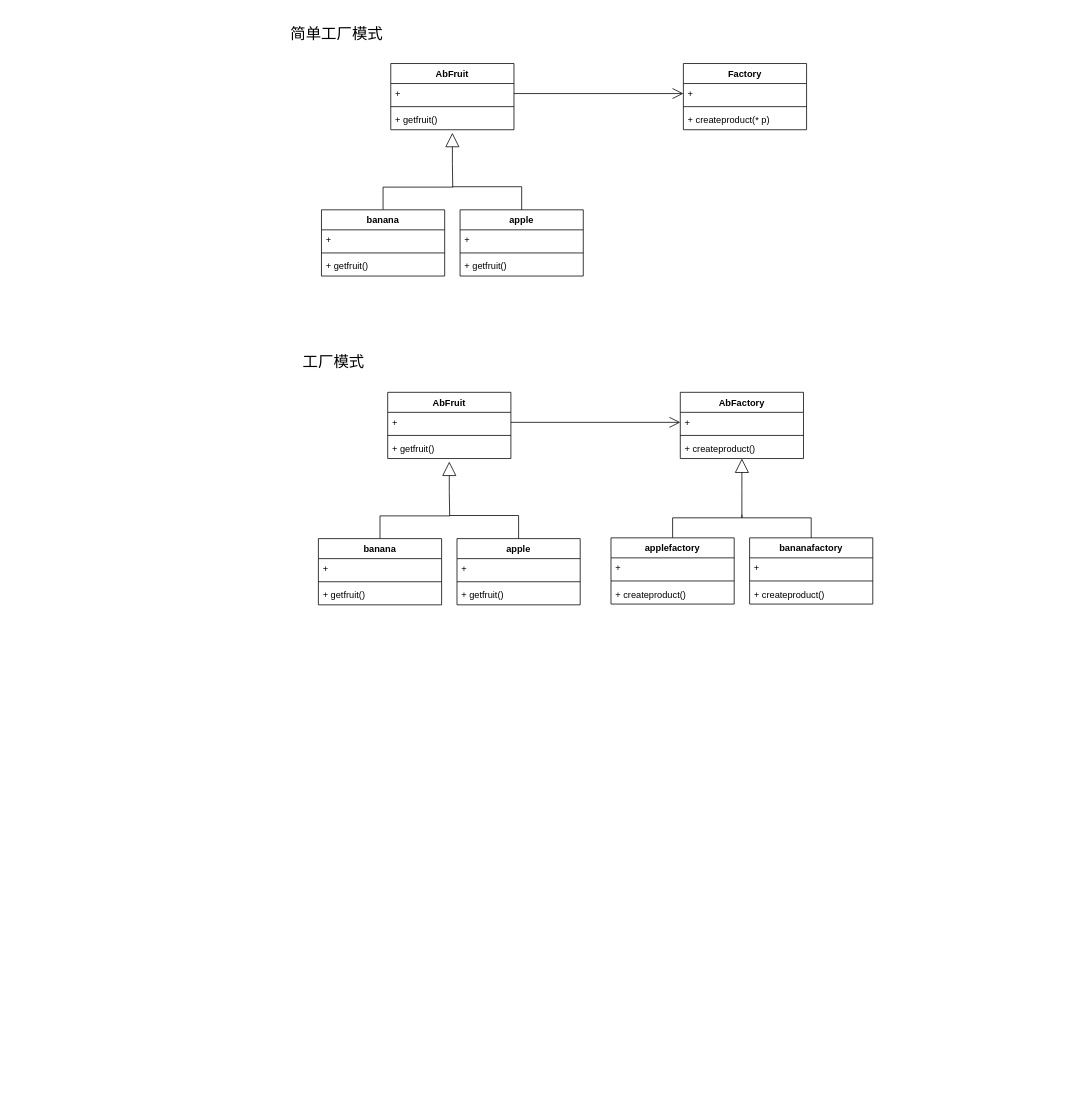
Above: DesignPattern.drawio in apeishuai/Study-Reference (draw.io), before the change. Source tidied: cells renumbered, new cells numbered last; positions are measured from the earlier drawing's top-left corner, leaving out a move shared by most shapes. Both pictures are drawn from the tidied source at 77%, with x=0, y=0 at pixel (280, 17).
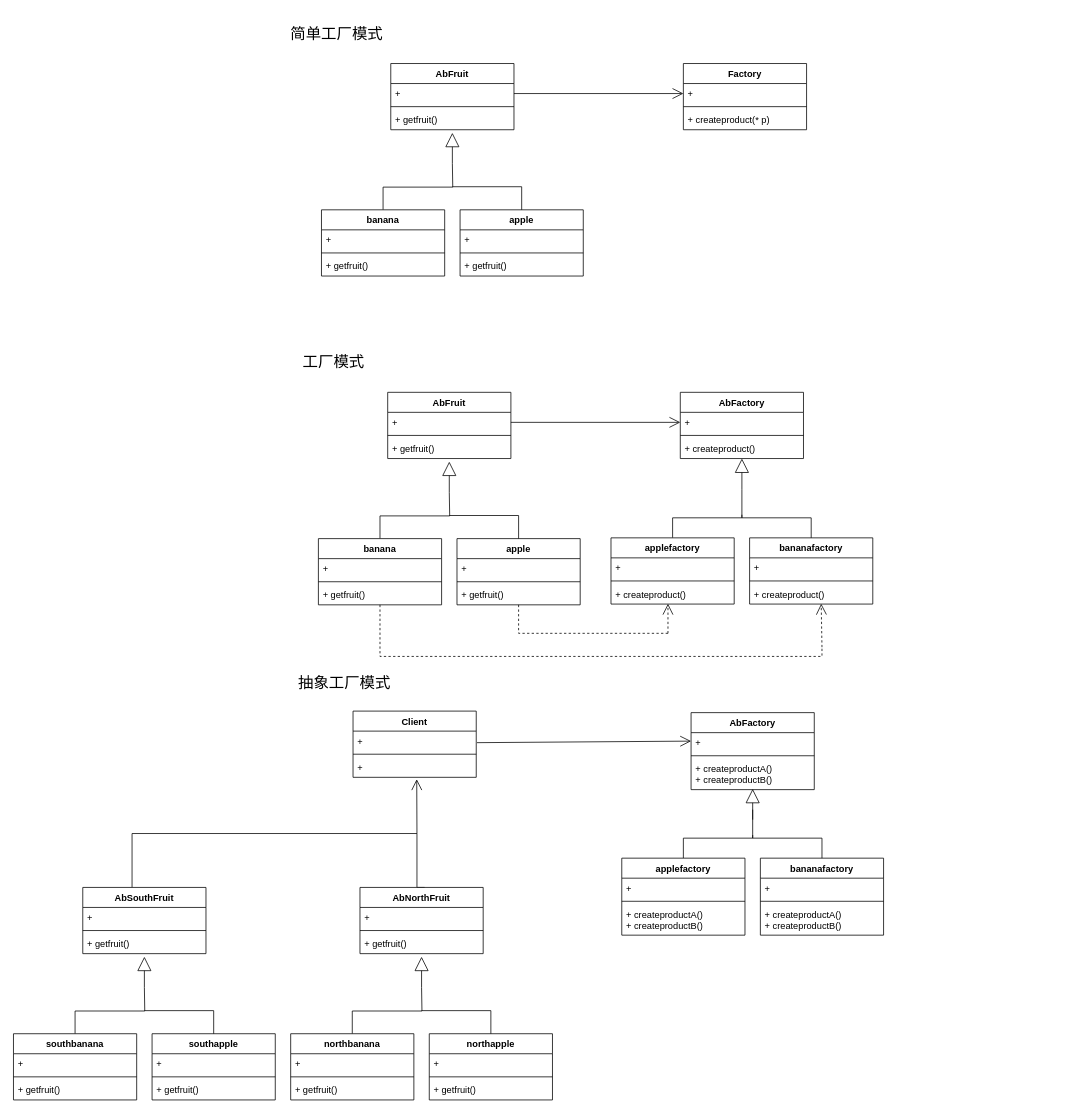
After the change.

Unchanged cells that the change refers to:
```xml
<mxCell id="35" value="banana" style="swimlane;fontStyle=1;align=center;verticalAlign=top;horizontal=1;startSize=26;strokeColor=default;" parent="1" vertex="1">
  <mxGeometry x="50" y="677" width="160" height="86" as="geometry" />
</mxCell>
<mxCell id="39" value="apple" style="swimlane;fontStyle=1;align=center;verticalAlign=top;horizontal=1;startSize=26;strokeColor=default;" parent="1" vertex="1">
  <mxGeometry x="230" y="677" width="160" height="86" as="geometry" />
</mxCell>
```

The edit, as a diff of the source:
```diff
@@
+    <mxCell id="58" style="edgeStyle=orthogonalEdgeStyle;rounded=0;jettySize=auto;html=1;exitX=0.5;exitY=1;exitDx=0;exitDy=0;fontSize=20;endArrow=none;endFill=0;dashed=1;" parent="1" edge="1" source="35">
+      <mxGeometry relative="1" as="geometry">
+        <mxPoint x="704" y="820" as="targetPoint" />
+        <Array as="points">
+          <mxPoint x="130" y="830" />
+          <mxPoint x="704" y="830" />
+        </Array>
+      </mxGeometry>
+    </mxCell>
@@
+    <mxCell id="59" style="edgeStyle=orthogonalEdgeStyle;rounded=0;jettySize=auto;html=1;exitX=0.5;exitY=1;exitDx=0;exitDy=0;fontSize=20;endArrow=none;endFill=0;dashed=1;" parent="1" edge="1" source="39">
+      <mxGeometry relative="1" as="geometry">
+        <mxPoint x="504" y="800" as="targetPoint" />
+        <Array as="points">
+          <mxPoint x="310" y="800" />
+          <mxPoint x="504" y="800" />
+        </Array>
+      </mxGeometry>
+    </mxCell>
@@
+    <mxCell id="60" style="edgeStyle=orthogonalEdgeStyle;rounded=0;orthogonalLoop=1;jettySize=auto;html=1;exitX=0.5;exitY=0;exitDx=0;exitDy=0;fontSize=12;endArrow=none;endFill=0;" parent="1" edge="1">
+      <mxGeometry relative="1" as="geometry">
+        <mxPoint x="188" y="1130" as="sourcePoint" />
+        <mxPoint x="178" y="1060" as="targetPoint" />
+        <Array as="points">
+          <mxPoint x="178" y="1130" />
+        </Array>
+      </mxGeometry>
+    </mxCell>
+    <mxCell id="61" value="AbNorthFruit" style="swimlane;fontStyle=1;align=center;verticalAlign=top;horizontal=1;startSize=26;strokeColor=default;" parent="1" vertex="1">
+      <mxGeometry x="104" y="1130" width="160" height="86" as="geometry" />
+    </mxCell>
+    <mxCell id="62" value="+" style="text;strokeColor=none;fillColor=none;align=left;verticalAlign=top;spacingLeft=4;spacingRight=4;overflow=hidden;" parent="61" vertex="1">
+      <mxGeometry y="26" width="160" height="26" as="geometry" />
+    </mxCell>
+    <mxCell id="63" style="line;strokeWidth=1;fillColor=none;align=left;verticalAlign=middle;spacingTop=-1;spacingLeft=3;spacingRight=3;labelPosition=right;" parent="61" vertex="1">
+      <mxGeometry y="52" width="160" height="8" as="geometry" />
+    </mxCell>
+    <mxCell id="64" value="+ getfruit()" style="text;strokeColor=none;fillColor=none;align=left;verticalAlign=top;spacingLeft=4;spacingRight=4;overflow=hidden;" parent="61" vertex="1">
+      <mxGeometry y="60" width="160" height="26" as="geometry" />
+    </mxCell>
+    <mxCell id="65" value="&amp;nbsp;" style="endArrow=block;endSize=16;endFill=0;html=1;rounded=0;" parent="61" edge="1">
+      <mxGeometry x="1" y="-221" relative="1" as="geometry">
+        <mxPoint x="80" y="130" as="sourcePoint" />
+        <mxPoint x="80" y="90" as="targetPoint" />
+        <mxPoint x="181" y="-149" as="offset" />
+      </mxGeometry>
+    </mxCell>
+    <mxCell id="66" value="AbFactory" style="swimlane;fontStyle=1;align=center;verticalAlign=top;horizontal=1;startSize=26;strokeColor=default;" parent="1" vertex="1">
+      <mxGeometry x="534" y="903" width="160" height="100" as="geometry" />
+    </mxCell>
+    <mxCell id="67" value="+" style="text;strokeColor=none;fillColor=none;align=left;verticalAlign=top;spacingLeft=4;spacingRight=4;overflow=hidden;points=[[0,0.5],[1,0.5]];portConstraint=eastwest;" parent="66" vertex="1">
+      <mxGeometry y="26" width="160" height="26" as="geometry" />
+    </mxCell>
+    <mxCell id="68" style="line;strokeWidth=1;fillColor=none;align=left;verticalAlign=middle;spacingTop=-1;spacingLeft=3;spacingRight=3;labelPosition=right;" parent="66" vertex="1">
+      <mxGeometry y="52" width="160" height="8" as="geometry" />
+    </mxCell>
+    <mxCell id="69" value="+ createproductA()&#10;+ createproductB()" style="text;strokeColor=none;fillColor=none;align=left;verticalAlign=top;spacingLeft=4;spacingRight=4;overflow=hidden;" parent="66" vertex="1">
+      <mxGeometry y="60" width="160" height="40" as="geometry" />
+    </mxCell>
+    <mxCell id="70" style="edgeStyle=orthogonalEdgeStyle;rounded=0;jettySize=auto;html=1;exitX=0.5;exitY=0;exitDx=0;exitDy=0;strokeColor=none;" parent="1" edge="1" source="72">
+      <mxGeometry relative="1" as="geometry">
+        <mxPoint x="184" y="1260" as="targetPoint" />
+      </mxGeometry>
+    </mxCell>
+    <mxCell id="71" style="edgeStyle=orthogonalEdgeStyle;jettySize=auto;html=1;exitX=0.5;exitY=0;exitDx=0;exitDy=0;rounded=0;endArrow=none;endFill=0;" parent="1" edge="1" source="72">
+      <mxGeometry relative="1" as="geometry">
+        <mxPoint x="184" y="1260" as="targetPoint" />
+      </mxGeometry>
+    </mxCell>
+    <mxCell id="72" value="northbanana" style="swimlane;fontStyle=1;align=center;verticalAlign=top;horizontal=1;startSize=26;strokeColor=default;" parent="1" vertex="1">
+      <mxGeometry x="14" y="1320" width="160" height="86" as="geometry" />
+    </mxCell>
+    <mxCell id="73" value="+" style="text;strokeColor=none;fillColor=none;align=left;verticalAlign=top;spacingLeft=4;spacingRight=4;overflow=hidden;" parent="72" vertex="1">
+      <mxGeometry y="26" width="160" height="26" as="geometry" />
+    </mxCell>
+    <mxCell id="74" style="line;strokeWidth=1;fillColor=none;align=left;verticalAlign=middle;spacingTop=-1;spacingLeft=3;spacingRight=3;labelPosition=right;" parent="72" vertex="1">
+      <mxGeometry y="52" width="160" height="8" as="geometry" />
+    </mxCell>
+    <mxCell id="75" value="+ getfruit()" style="text;strokeColor=none;fillColor=none;align=left;verticalAlign=top;spacingLeft=4;spacingRight=4;overflow=hidden;" parent="72" vertex="1">
+      <mxGeometry y="60" width="160" height="26" as="geometry" />
+    </mxCell>
+    <mxCell id="76" value="northapple" style="swimlane;fontStyle=1;align=center;verticalAlign=top;horizontal=1;startSize=26;strokeColor=default;" parent="1" vertex="1">
+      <mxGeometry x="194" y="1320" width="160" height="86" as="geometry" />
+    </mxCell>
+    <mxCell id="77" value="+" style="text;strokeColor=none;fillColor=none;align=left;verticalAlign=top;spacingLeft=4;spacingRight=4;overflow=hidden;" parent="76" vertex="1">
+      <mxGeometry y="26" width="160" height="26" as="geometry" />
+    </mxCell>
+    <mxCell id="78" style="line;strokeWidth=1;fillColor=none;align=left;verticalAlign=middle;spacingTop=-1;spacingLeft=3;spacingRight=3;labelPosition=right;" parent="76" vertex="1">
+      <mxGeometry y="52" width="160" height="8" as="geometry" />
+    </mxCell>
+    <mxCell id="79" value="+ getfruit()" style="text;strokeColor=none;fillColor=none;align=left;verticalAlign=top;spacingLeft=4;spacingRight=4;overflow=hidden;" parent="76" vertex="1">
+      <mxGeometry y="60" width="160" height="26" as="geometry" />
+    </mxCell>
+    <mxCell id="80" style="edgeStyle=orthogonalEdgeStyle;jettySize=auto;html=1;exitX=0.5;exitY=0;exitDx=0;exitDy=0;rounded=0;endArrow=none;endFill=0;" parent="1" edge="1" source="76">
+      <mxGeometry relative="1" as="geometry">
+        <mxPoint x="184" y="1290" as="targetPoint" />
+        <Array as="points">
+          <mxPoint x="274" y="1290" />
+        </Array>
+      </mxGeometry>
+    </mxCell>
+    <mxCell id="81" value="抽象工厂模式" style="text;html=1;strokeColor=none;fillColor=none;align=center;verticalAlign=middle;whiteSpace=wrap;rounded=0;fontSize=20;" parent="1" vertex="1">
+      <mxGeometry x="14" y="843" width="140" height="40" as="geometry" />
+    </mxCell>
+    <mxCell id="82" value="&amp;nbsp;" style="endArrow=block;endSize=16;endFill=0;html=1;rounded=0;" parent="1" edge="1">
+      <mxGeometry x="1" y="-221" relative="1" as="geometry">
+        <mxPoint x="614" y="1042" as="sourcePoint" />
+        <mxPoint x="614" y="1002" as="targetPoint" />
+        <mxPoint x="181" y="-149" as="offset" />
+      </mxGeometry>
+    </mxCell>
+    <mxCell id="83" style="edgeStyle=orthogonalEdgeStyle;rounded=0;jettySize=auto;html=1;exitX=0.5;exitY=0;exitDx=0;exitDy=0;strokeColor=none;" parent="1" edge="1" source="85">
+      <mxGeometry relative="1" as="geometry">
+        <mxPoint x="614" y="1029" as="targetPoint" />
+      </mxGeometry>
+    </mxCell>
+    <mxCell id="84" style="edgeStyle=orthogonalEdgeStyle;jettySize=auto;html=1;exitX=0.5;exitY=0;exitDx=0;exitDy=0;rounded=0;endArrow=none;endFill=0;" parent="1" edge="1" source="85">
+      <mxGeometry relative="1" as="geometry">
+        <mxPoint x="614" y="1029" as="targetPoint" />
+        <Array as="points">
+          <mxPoint x="524" y="1066" />
+          <mxPoint x="614" y="1066" />
+        </Array>
+      </mxGeometry>
+    </mxCell>
+    <mxCell id="85" value="applefactory" style="swimlane;fontStyle=1;align=center;verticalAlign=top;horizontal=1;startSize=26;strokeColor=default;" parent="1" vertex="1">
+      <mxGeometry x="444" y="1092" width="160" height="100" as="geometry" />
+    </mxCell>
+    <mxCell id="86" value="+" style="text;strokeColor=none;fillColor=none;align=left;verticalAlign=top;spacingLeft=4;spacingRight=4;overflow=hidden;" parent="85" vertex="1">
+      <mxGeometry y="26" width="160" height="26" as="geometry" />
+    </mxCell>
+    <mxCell id="87" style="line;strokeWidth=1;fillColor=none;align=left;verticalAlign=middle;spacingTop=-1;spacingLeft=3;spacingRight=3;labelPosition=right;" parent="85" vertex="1">
+      <mxGeometry y="52" width="160" height="8" as="geometry" />
+    </mxCell>
+    <mxCell id="88" value="+ createproductA()&#10;+ createproductB()" style="text;strokeColor=none;fillColor=none;align=left;verticalAlign=top;spacingLeft=4;spacingRight=4;overflow=hidden;" parent="85" vertex="1">
+      <mxGeometry y="60" width="160" height="40" as="geometry" />
+    </mxCell>
+    <mxCell id="89" value="bananafactory" style="swimlane;fontStyle=1;align=center;verticalAlign=top;horizontal=1;startSize=26;strokeColor=default;" parent="1" vertex="1">
+      <mxGeometry x="624" y="1092" width="160" height="100" as="geometry" />
+    </mxCell>
+    <mxCell id="90" value="+" style="text;strokeColor=none;fillColor=none;align=left;verticalAlign=top;spacingLeft=4;spacingRight=4;overflow=hidden;" parent="89" vertex="1">
+      <mxGeometry y="26" width="160" height="26" as="geometry" />
+    </mxCell>
+    <mxCell id="91" style="line;strokeWidth=1;fillColor=none;align=left;verticalAlign=middle;spacingTop=-1;spacingLeft=3;spacingRight=3;labelPosition=right;" parent="89" vertex="1">
+      <mxGeometry y="52" width="160" height="8" as="geometry" />
+    </mxCell>
+    <mxCell id="92" value="+ createproductA()&#10;+ createproductB()" style="text;strokeColor=none;fillColor=none;align=left;verticalAlign=top;spacingLeft=4;spacingRight=4;overflow=hidden;" parent="89" vertex="1">
+      <mxGeometry y="60" width="160" height="40" as="geometry" />
+    </mxCell>
+    <mxCell id="93" style="edgeStyle=orthogonalEdgeStyle;jettySize=auto;html=1;exitX=0.5;exitY=0;exitDx=0;exitDy=0;rounded=0;endArrow=none;endFill=0;" parent="1" edge="1" source="89">
+      <mxGeometry relative="1" as="geometry">
+        <mxPoint x="614" y="1062" as="targetPoint" />
+        <Array as="points">
+          <mxPoint x="704" y="1066" />
+          <mxPoint x="614" y="1066" />
+        </Array>
+      </mxGeometry>
+    </mxCell>
+    <mxCell id="94" style="endArrow=open;endSize=12;dashed=1;html=1;rounded=0;fontSize=20;entryX=0.519;entryY=1.063;entryDx=0;entryDy=0;entryPerimeter=0;" parent="1" edge="1">
+      <mxGeometry relative="1" as="geometry">
+        <mxPoint x="704" y="818" as="sourcePoint" />
+        <mxPoint x="703" y="761.6" as="targetPoint" />
+      </mxGeometry>
+    </mxCell>
+    <mxCell id="95" style="endArrow=open;endSize=12;dashed=1;html=1;rounded=0;fontSize=20;entryX=0.519;entryY=1.063;entryDx=0;entryDy=0;entryPerimeter=0;" parent="1" edge="1">
+      <mxGeometry relative="1" as="geometry">
+        <mxPoint x="504" y="800" as="sourcePoint" />
+        <mxPoint x="504" y="761.6" as="targetPoint" />
+      </mxGeometry>
+    </mxCell>
+    <mxCell id="96" style="edgeStyle=orthogonalEdgeStyle;rounded=0;orthogonalLoop=1;jettySize=auto;html=1;exitX=0.5;exitY=0;exitDx=0;exitDy=0;fontSize=12;endArrow=none;endFill=0;" parent="1" edge="1">
+      <mxGeometry relative="1" as="geometry">
+        <mxPoint x="-192" y="1130" as="sourcePoint" />
+        <mxPoint x="178" y="1060" as="targetPoint" />
+        <Array as="points">
+          <mxPoint x="-192" y="1060" />
+          <mxPoint x="178" y="1060" />
+        </Array>
+      </mxGeometry>
+    </mxCell>
+    <mxCell id="97" value="AbSouthFruit" style="swimlane;fontStyle=1;align=center;verticalAlign=top;horizontal=1;startSize=26;strokeColor=default;" parent="1" vertex="1">
+      <mxGeometry x="-256" y="1130" width="160" height="86" as="geometry" />
+    </mxCell>
+    <mxCell id="98" value="+" style="text;strokeColor=none;fillColor=none;align=left;verticalAlign=top;spacingLeft=4;spacingRight=4;overflow=hidden;" parent="97" vertex="1">
+      <mxGeometry y="26" width="160" height="26" as="geometry" />
+    </mxCell>
+    <mxCell id="99" style="line;strokeWidth=1;fillColor=none;align=left;verticalAlign=middle;spacingTop=-1;spacingLeft=3;spacingRight=3;labelPosition=right;" parent="97" vertex="1">
+      <mxGeometry y="52" width="160" height="8" as="geometry" />
+    </mxCell>
+    <mxCell id="100" value="+ getfruit()" style="text;strokeColor=none;fillColor=none;align=left;verticalAlign=top;spacingLeft=4;spacingRight=4;overflow=hidden;" parent="97" vertex="1">
+      <mxGeometry y="60" width="160" height="26" as="geometry" />
+    </mxCell>
+    <mxCell id="101" value="&amp;nbsp;" style="endArrow=block;endSize=16;endFill=0;html=1;rounded=0;" parent="97" edge="1">
+      <mxGeometry x="1" y="-221" relative="1" as="geometry">
+        <mxPoint x="80" y="130" as="sourcePoint" />
+        <mxPoint x="80" y="90" as="targetPoint" />
+        <mxPoint x="181" y="-149" as="offset" />
+      </mxGeometry>
+    </mxCell>
+    <mxCell id="102" style="edgeStyle=orthogonalEdgeStyle;rounded=0;jettySize=auto;html=1;exitX=0.5;exitY=0;exitDx=0;exitDy=0;strokeColor=none;" parent="1" edge="1" source="104">
+      <mxGeometry relative="1" as="geometry">
+        <mxPoint x="-176" y="1260" as="targetPoint" />
+      </mxGeometry>
+    </mxCell>
+    <mxCell id="103" style="edgeStyle=orthogonalEdgeStyle;jettySize=auto;html=1;exitX=0.5;exitY=0;exitDx=0;exitDy=0;rounded=0;endArrow=none;endFill=0;" parent="1" edge="1" source="104">
+      <mxGeometry relative="1" as="geometry">
+        <mxPoint x="-176" y="1260" as="targetPoint" />
+      </mxGeometry>
+    </mxCell>
+    <mxCell id="104" value="southbanana" style="swimlane;fontStyle=1;align=center;verticalAlign=top;horizontal=1;startSize=26;strokeColor=default;" parent="1" vertex="1">
+      <mxGeometry x="-346" y="1320" width="160" height="86" as="geometry" />
+    </mxCell>
+    <mxCell id="105" value="+" style="text;strokeColor=none;fillColor=none;align=left;verticalAlign=top;spacingLeft=4;spacingRight=4;overflow=hidden;" parent="104" vertex="1">
+      <mxGeometry y="26" width="160" height="26" as="geometry" />
+    </mxCell>
+    <mxCell id="106" style="line;strokeWidth=1;fillColor=none;align=left;verticalAlign=middle;spacingTop=-1;spacingLeft=3;spacingRight=3;labelPosition=right;" parent="104" vertex="1">
+      <mxGeometry y="52" width="160" height="8" as="geometry" />
+    </mxCell>
+    <mxCell id="107" value="+ getfruit()" style="text;strokeColor=none;fillColor=none;align=left;verticalAlign=top;spacingLeft=4;spacingRight=4;overflow=hidden;" parent="104" vertex="1">
+      <mxGeometry y="60" width="160" height="26" as="geometry" />
+    </mxCell>
+    <mxCell id="108" value="southapple" style="swimlane;fontStyle=1;align=center;verticalAlign=top;horizontal=1;startSize=26;strokeColor=default;" parent="1" vertex="1">
+      <mxGeometry x="-166" y="1320" width="160" height="86" as="geometry" />
+    </mxCell>
+    <mxCell id="109" value="+" style="text;strokeColor=none;fillColor=none;align=left;verticalAlign=top;spacingLeft=4;spacingRight=4;overflow=hidden;" parent="108" vertex="1">
+      <mxGeometry y="26" width="160" height="26" as="geometry" />
+    </mxCell>
+    <mxCell id="110" style="line;strokeWidth=1;fillColor=none;align=left;verticalAlign=middle;spacingTop=-1;spacingLeft=3;spacingRight=3;labelPosition=right;" parent="108" vertex="1">
+      <mxGeometry y="52" width="160" height="8" as="geometry" />
+    </mxCell>
+    <mxCell id="111" value="+ getfruit()" style="text;strokeColor=none;fillColor=none;align=left;verticalAlign=top;spacingLeft=4;spacingRight=4;overflow=hidden;" parent="108" vertex="1">
+      <mxGeometry y="60" width="160" height="26" as="geometry" />
+    </mxCell>
+    <mxCell id="112" style="edgeStyle=orthogonalEdgeStyle;jettySize=auto;html=1;exitX=0.5;exitY=0;exitDx=0;exitDy=0;rounded=0;endArrow=none;endFill=0;" parent="1" edge="1" source="108">
+      <mxGeometry relative="1" as="geometry">
+        <mxPoint x="-176" y="1290" as="targetPoint" />
+        <Array as="points">
+          <mxPoint x="-86" y="1290" />
+        </Array>
+      </mxGeometry>
+    </mxCell>
+    <mxCell id="113" value="Client" style="swimlane;fontStyle=1;align=center;verticalAlign=top;horizontal=1;startSize=26;fontSize=12;strokeColor=default;" parent="1" vertex="1">
+      <mxGeometry x="95" y="901" width="160" height="86" as="geometry" />
+    </mxCell>
+    <mxCell id="114" value="+" style="text;strokeColor=none;fillColor=none;align=left;verticalAlign=top;spacingLeft=4;spacingRight=4;overflow=hidden;fontSize=12;" parent="113" vertex="1">
+      <mxGeometry y="26" width="160" height="26" as="geometry" />
+    </mxCell>
+    <mxCell id="115" style="line;strokeWidth=1;fillColor=none;align=left;verticalAlign=middle;spacingTop=-1;spacingLeft=3;spacingRight=3;labelPosition=right;fontSize=20;" parent="113" vertex="1">
+      <mxGeometry y="52" width="160" height="8" as="geometry" />
+    </mxCell>
+    <mxCell id="116" value="+" style="text;strokeColor=none;fillColor=none;align=left;verticalAlign=top;spacingLeft=4;spacingRight=4;overflow=hidden;points=[[0,0.5],[1,0.5]];portConstraint=eastwest;fontSize=12;" parent="113" vertex="1">
+      <mxGeometry y="60" width="160" height="26" as="geometry" />
+    </mxCell>
+    <mxCell id="117" style="endArrow=open;endFill=1;endSize=12;html=1;rounded=0;fontSize=12;entryX=0.517;entryY=1.096;entryDx=0;entryDy=0;entryPerimeter=0;" parent="1" edge="1" target="116">
+      <mxGeometry relative="1" as="geometry">
+        <mxPoint x="178" y="1060" as="sourcePoint" />
+      </mxGeometry>
+    </mxCell>
+    <mxCell id="118" style="endArrow=open;endFill=1;endSize=12;html=1;rounded=0;exitX=1;exitY=0.5;exitDx=0;exitDy=0;fontSize=12;entryX=0;entryY=0.423;entryDx=0;entryDy=0;entryPerimeter=0;" parent="1" edge="1" target="67">
+      <mxGeometry relative="1" as="geometry">
+        <mxPoint x="256" y="942" as="sourcePoint" />
+      </mxGeometry>
+    </mxCell>
```
